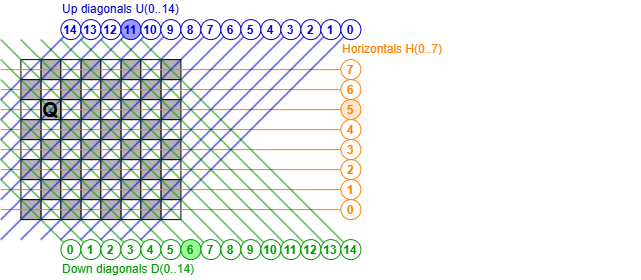
Before: recursion/8queens.drawio.png, a diagram exported from draw.io (maarten-pennings/C64howto). Source tidied: cells renumbered, new cells last; positions are measured from the earlier drawing's top-left corner, leaving out a move shared by most shapes.
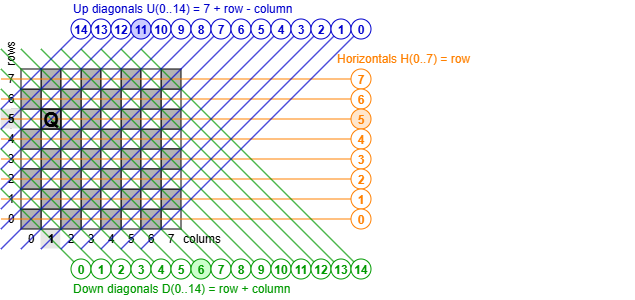
After the commit.

Commit message:
recursion: 8queens coordinates

Change to the diagram source:
```diff
@@ -4,2 +4,59 @@
     <mxCell id="1" parent="0" />
+    <mxCell id="146" value="rows" style="rounded=0;whiteSpace=wrap;html=1;strokeColor=none;align=left;rotation=-90;" parent="1" vertex="1">
+      <mxGeometry x="-20" y="20" width="60" height="20" as="geometry" />
+    </mxCell>
+    <mxCell id="147" value="colums" style="rounded=0;whiteSpace=wrap;html=1;strokeColor=none;align=left;" parent="1" vertex="1">
+      <mxGeometry x="180" y="220" width="60" height="20" as="geometry" />
+    </mxCell>
+    <mxCell id="148" value="0" style="rounded=0;whiteSpace=wrap;html=1;strokeColor=none;" parent="1" vertex="1">
+      <mxGeometry y="200" width="20" height="20" as="geometry" />
+    </mxCell>
+    <mxCell id="149" value="1" style="rounded=0;whiteSpace=wrap;html=1;strokeColor=none;" parent="1" vertex="1">
+      <mxGeometry y="180" width="20" height="20" as="geometry" />
+    </mxCell>
+    <mxCell id="150" value="2" style="rounded=0;whiteSpace=wrap;html=1;strokeColor=none;" parent="1" vertex="1">
+      <mxGeometry y="160" width="20" height="20" as="geometry" />
+    </mxCell>
+    <mxCell id="151" value="3" style="rounded=0;whiteSpace=wrap;html=1;strokeColor=none;" parent="1" vertex="1">
+      <mxGeometry y="140" width="20" height="20" as="geometry" />
+    </mxCell>
+    <mxCell id="152" style="edgeStyle=orthogonalEdgeStyle;rounded=0;jettySize=auto;html=1;" parent="1" edge="1" source="153" target="14">
+      <mxGeometry relative="1" as="geometry" />
+    </mxCell>
+    <mxCell id="153" value="4" style="rounded=0;whiteSpace=wrap;html=1;strokeColor=none;" parent="1" vertex="1">
+      <mxGeometry y="120" width="20" height="20" as="geometry" />
+    </mxCell>
+    <mxCell id="154" style="rounded=0;whiteSpace=wrap;html=1;strokeColor=none;fillColor=#E6E6E6;fontStyle=1;" parent="1" vertex="1">
+      <mxGeometry y="100" width="20" height="20" as="geometry" />
+    </mxCell>
+    <mxCell id="155" value="6" style="rounded=0;whiteSpace=wrap;html=1;strokeColor=none;" parent="1" vertex="1">
+      <mxGeometry y="80" width="20" height="20" as="geometry" />
+    </mxCell>
+    <mxCell id="156" value="7" style="rounded=0;whiteSpace=wrap;html=1;strokeColor=none;" parent="1" vertex="1">
+      <mxGeometry y="60" width="20" height="20" as="geometry" />
+    </mxCell>
+    <mxCell id="157" value="0" style="rounded=0;whiteSpace=wrap;html=1;strokeColor=none;" parent="1" vertex="1">
+      <mxGeometry x="20" y="220" width="20" height="20" as="geometry" />
+    </mxCell>
+    <mxCell id="158" style="rounded=0;whiteSpace=wrap;html=1;strokeColor=none;fillColor=#E6E6E6;fontStyle=1;" parent="1" vertex="1">
+      <mxGeometry x="40" y="220" width="20" height="20" as="geometry" />
+    </mxCell>
+    <mxCell id="159" value="2" style="rounded=0;whiteSpace=wrap;html=1;strokeColor=none;" parent="1" vertex="1">
+      <mxGeometry x="60" y="220" width="20" height="20" as="geometry" />
+    </mxCell>
+    <mxCell id="160" value="3" style="rounded=0;whiteSpace=wrap;html=1;strokeColor=none;" parent="1" vertex="1">
+      <mxGeometry x="80" y="220" width="20" height="20" as="geometry" />
+    </mxCell>
+    <mxCell id="161" value="4" style="rounded=0;whiteSpace=wrap;html=1;strokeColor=none;" parent="1" vertex="1">
+      <mxGeometry x="100" y="220" width="20" height="20" as="geometry" />
+    </mxCell>
+    <mxCell id="162" value="5" style="rounded=0;whiteSpace=wrap;html=1;strokeColor=none;" parent="1" vertex="1">
+      <mxGeometry x="120" y="220" width="20" height="20" as="geometry" />
+    </mxCell>
+    <mxCell id="163" value="6" style="rounded=0;whiteSpace=wrap;html=1;strokeColor=none;" parent="1" vertex="1">
+      <mxGeometry x="140" y="220" width="20" height="20" as="geometry" />
+    </mxCell>
+    <mxCell id="164" value="7" style="rounded=0;whiteSpace=wrap;html=1;strokeColor=none;" parent="1" vertex="1">
+      <mxGeometry x="160" y="220" width="20" height="20" as="geometry" />
+    </mxCell>
     <mxCell id="2" style="rounded=0;whiteSpace=wrap;html=1;" parent="1" vertex="1">
@@ -202,3 +259,3 @@
     <mxCell id="67" value="7" style="ellipse;whiteSpace=wrap;html=1;shapeInside=1;strokeColor=#FF8000;fontColor=#FF8000;fontStyle=1;" parent="1" vertex="1">
-      <mxGeometry x="340" y="60" width="20" height="20" as="geometry" />
+      <mxGeometry x="350" y="60" width="20" height="20" as="geometry" />
     </mxCell>
@@ -210,3 +267,3 @@
     <mxCell id="69" value="6" style="ellipse;whiteSpace=wrap;html=1;shapeInside=1;strokeColor=#FF8000;fontColor=#FF8000;fontStyle=1;" parent="1" vertex="1">
-      <mxGeometry x="340" y="80" width="20" height="20" as="geometry" />
+      <mxGeometry x="350" y="80" width="20" height="20" as="geometry" />
     </mxCell>
@@ -218,3 +275,3 @@
     <mxCell id="71" value="5" style="ellipse;whiteSpace=wrap;html=1;shapeInside=1;strokeColor=#FF8000;fontColor=#FF8000;fontStyle=1;fillColor=#FFE6CC;" parent="1" vertex="1">
-      <mxGeometry x="340" y="100" width="20" height="20" as="geometry" />
+      <mxGeometry x="350" y="100" width="20" height="20" as="geometry" />
     </mxCell>
@@ -226,3 +283,3 @@
     <mxCell id="73" value="4" style="ellipse;whiteSpace=wrap;html=1;shapeInside=1;strokeColor=#FF8000;fontColor=#FF8000;fontStyle=1;" parent="1" vertex="1">
-      <mxGeometry x="340" y="120" width="20" height="20" as="geometry" />
+      <mxGeometry x="350" y="120" width="20" height="20" as="geometry" />
     </mxCell>
@@ -234,3 +291,3 @@
     <mxCell id="75" value="3" style="ellipse;whiteSpace=wrap;html=1;shapeInside=1;strokeColor=#FF8000;fontColor=#FF8000;fontStyle=1;" parent="1" vertex="1">
-      <mxGeometry x="340" y="140" width="20" height="20" as="geometry" />
+      <mxGeometry x="350" y="140" width="20" height="20" as="geometry" />
     </mxCell>
@@ -242,3 +299,3 @@
     <mxCell id="77" value="2" style="ellipse;whiteSpace=wrap;html=1;shapeInside=1;strokeColor=#FF8000;fontColor=#FF8000;fontStyle=1;" parent="1" vertex="1">
-      <mxGeometry x="340" y="160" width="20" height="20" as="geometry" />
+      <mxGeometry x="350" y="160" width="20" height="20" as="geometry" />
     </mxCell>
@@ -250,3 +307,3 @@
     <mxCell id="79" value="1" style="ellipse;whiteSpace=wrap;html=1;shapeInside=1;strokeColor=#FF8000;fontColor=#FF8000;fontStyle=1;" parent="1" vertex="1">
-      <mxGeometry x="340" y="180" width="20" height="20" as="geometry" />
+      <mxGeometry x="350" y="180" width="20" height="20" as="geometry" />
     </mxCell>
@@ -258,3 +315,3 @@
     <mxCell id="81" value="0" style="ellipse;whiteSpace=wrap;html=1;shapeInside=1;strokeColor=#FF8000;fontColor=#FF8000;fontStyle=1;" parent="1" vertex="1">
-      <mxGeometry x="340" y="200" width="20" height="20" as="geometry" />
+      <mxGeometry x="350" y="200" width="20" height="20" as="geometry" />
     </mxCell>
@@ -266,3 +323,3 @@
     <mxCell id="83" value="0" style="ellipse;whiteSpace=wrap;html=1;shapeInside=1;strokeColor=#009900;fontColor=#009900;fontStyle=1;" parent="1" vertex="1">
-      <mxGeometry x="60" y="240" width="20" height="20" as="geometry" />
+      <mxGeometry x="70" y="250" width="20" height="20" as="geometry" />
     </mxCell>
@@ -274,3 +331,3 @@
     <mxCell id="85" value="1" style="ellipse;whiteSpace=wrap;html=1;shapeInside=1;strokeColor=#009900;fontColor=#009900;fontStyle=1;" parent="1" vertex="1">
-      <mxGeometry x="80" y="240" width="20" height="20" as="geometry" />
+      <mxGeometry x="90" y="250" width="20" height="20" as="geometry" />
     </mxCell>
@@ -282,3 +339,3 @@
     <mxCell id="87" value="2" style="ellipse;whiteSpace=wrap;html=1;shapeInside=1;strokeColor=#009900;fontColor=#009900;fontStyle=1;" parent="1" vertex="1">
-      <mxGeometry x="100" y="240" width="20" height="20" as="geometry" />
+      <mxGeometry x="110" y="250" width="20" height="20" as="geometry" />
     </mxCell>
@@ -290,3 +347,3 @@
     <mxCell id="89" value="3" style="ellipse;whiteSpace=wrap;html=1;shapeInside=1;strokeColor=#009900;fontColor=#009900;fontStyle=1;" parent="1" vertex="1">
-      <mxGeometry x="120" y="240" width="20" height="20" as="geometry" />
+      <mxGeometry x="130" y="250" width="20" height="20" as="geometry" />
     </mxCell>
@@ -298,3 +355,3 @@
     <mxCell id="91" value="4" style="ellipse;whiteSpace=wrap;html=1;shapeInside=1;strokeColor=#009900;fontColor=#009900;fontStyle=1;" parent="1" vertex="1">
-      <mxGeometry x="140" y="240" width="20" height="20" as="geometry" />
+      <mxGeometry x="150" y="250" width="20" height="20" as="geometry" />
     </mxCell>
@@ -306,3 +363,3 @@
     <mxCell id="93" value="5" style="ellipse;whiteSpace=wrap;html=1;shapeInside=1;strokeColor=#009900;fontColor=#009900;fontStyle=1;" parent="1" vertex="1">
-      <mxGeometry x="160" y="240" width="20" height="20" as="geometry" />
+      <mxGeometry x="170" y="250" width="20" height="20" as="geometry" />
     </mxCell>
@@ -313,4 +370,4 @@
     </mxCell>
-    <mxCell id="95" value="6" style="ellipse;whiteSpace=wrap;html=1;shapeInside=1;strokeColor=#009900;fontColor=#009900;fontStyle=1;fillColor=#99FF99;" parent="1" vertex="1">
-      <mxGeometry x="180" y="240" width="20" height="20" as="geometry" />
+    <mxCell id="95" value="6" style="ellipse;whiteSpace=wrap;html=1;shapeInside=1;strokeColor=#009900;fontColor=#009900;fontStyle=1;fillColor=#CCFFCC;" parent="1" vertex="1">
+      <mxGeometry x="190" y="250" width="20" height="20" as="geometry" />
     </mxCell>
@@ -322,3 +379,3 @@
     <mxCell id="97" value="7" style="ellipse;whiteSpace=wrap;html=1;shapeInside=1;strokeColor=#009900;fontColor=#009900;fontStyle=1;" parent="1" vertex="1">
-      <mxGeometry x="200" y="240" width="20" height="20" as="geometry" />
+      <mxGeometry x="210" y="250" width="20" height="20" as="geometry" />
     </mxCell>
@@ -330,3 +387,3 @@
     <mxCell id="99" value="8" style="ellipse;whiteSpace=wrap;html=1;shapeInside=1;strokeColor=#009900;fontColor=#009900;fontStyle=1;" parent="1" vertex="1">
-      <mxGeometry x="220" y="240" width="20" height="20" as="geometry" />
+      <mxGeometry x="230" y="250" width="20" height="20" as="geometry" />
     </mxCell>
@@ -338,3 +395,3 @@
     <mxCell id="101" value="9" style="ellipse;whiteSpace=wrap;html=1;shapeInside=1;strokeColor=#009900;fontColor=#009900;fontStyle=1;" parent="1" vertex="1">
-      <mxGeometry x="240" y="240" width="20" height="20" as="geometry" />
+      <mxGeometry x="250" y="250" width="20" height="20" as="geometry" />
     </mxCell>
@@ -346,3 +403,3 @@
     <mxCell id="103" value="10" style="ellipse;whiteSpace=wrap;html=1;shapeInside=1;strokeColor=#009900;fontColor=#009900;fontStyle=1;" parent="1" vertex="1">
-      <mxGeometry x="260" y="240" width="20" height="20" as="geometry" />
+      <mxGeometry x="270" y="250" width="20" height="20" as="geometry" />
     </mxCell>
@@ -354,3 +411,3 @@
     <mxCell id="105" value="11" style="ellipse;whiteSpace=wrap;html=1;shapeInside=1;strokeColor=#009900;fontColor=#009900;fontStyle=1;" parent="1" vertex="1">
-      <mxGeometry x="280" y="240" width="20" height="20" as="geometry" />
+      <mxGeometry x="290" y="250" width="20" height="20" as="geometry" />
     </mxCell>
@@ -362,3 +419,3 @@
     <mxCell id="107" value="12" style="ellipse;whiteSpace=wrap;html=1;shapeInside=1;strokeColor=#009900;fontColor=#009900;fontStyle=1;" parent="1" vertex="1">
-      <mxGeometry x="300" y="240" width="20" height="20" as="geometry" />
+      <mxGeometry x="310" y="250" width="20" height="20" as="geometry" />
     </mxCell>
@@ -370,3 +427,3 @@
     <mxCell id="109" value="13" style="ellipse;whiteSpace=wrap;html=1;shapeInside=1;strokeColor=#009900;fontColor=#009900;fontStyle=1;" parent="1" vertex="1">
-      <mxGeometry x="320" y="240" width="20" height="20" as="geometry" />
+      <mxGeometry x="330" y="250" width="20" height="20" as="geometry" />
     </mxCell>
@@ -378,3 +435,3 @@
     <mxCell id="111" value="14" style="ellipse;whiteSpace=wrap;html=1;shapeInside=1;strokeColor=#009900;fontColor=#009900;fontStyle=1;" parent="1" vertex="1">
-      <mxGeometry x="340" y="240" width="20" height="20" as="geometry" />
+      <mxGeometry x="350" y="250" width="20" height="20" as="geometry" />
     </mxCell>
@@ -386,3 +443,3 @@
     <mxCell id="113" value="14" style="ellipse;whiteSpace=wrap;html=1;shapeInside=1;strokeColor=#0000CC;fontColor=#0000CC;fontStyle=1;" parent="1" vertex="1">
-      <mxGeometry x="60" y="20" width="20" height="20" as="geometry" />
+      <mxGeometry x="70" y="10" width="20" height="20" as="geometry" />
     </mxCell>
@@ -394,3 +451,3 @@
     <mxCell id="115" value="13" style="ellipse;whiteSpace=wrap;html=1;shapeInside=1;strokeColor=#0000CC;fontColor=#0000CC;fontStyle=1;" parent="1" vertex="1">
-      <mxGeometry x="80" y="20" width="20" height="20" as="geometry" />
+      <mxGeometry x="90" y="10" width="20" height="20" as="geometry" />
     </mxCell>
@@ -402,3 +459,3 @@
     <mxCell id="117" value="12" style="ellipse;whiteSpace=wrap;html=1;shapeInside=1;strokeColor=#0000CC;fontColor=#0000CC;fontStyle=1;" parent="1" vertex="1">
-      <mxGeometry x="100" y="20" width="20" height="20" as="geometry" />
+      <mxGeometry x="110" y="10" width="20" height="20" as="geometry" />
     </mxCell>
@@ -409,4 +466,4 @@
     </mxCell>
-    <mxCell id="119" value="11" style="ellipse;whiteSpace=wrap;html=1;shapeInside=1;strokeColor=#0000CC;fontColor=#0000CC;fontStyle=1;fillColor=#9999FF;" parent="1" vertex="1">
-      <mxGeometry x="120" y="20" width="20" height="20" as="geometry" />
+    <mxCell id="119" value="11" style="ellipse;whiteSpace=wrap;html=1;shapeInside=1;strokeColor=#0000CC;fontColor=#0000CC;fontStyle=1;fillColor=#CCCCFF;" parent="1" vertex="1">
+      <mxGeometry x="130" y="10" width="20" height="20" as="geometry" />
     </mxCell>
@@ -418,3 +475,3 @@
     <mxCell id="121" value="10" style="ellipse;whiteSpace=wrap;html=1;shapeInside=1;strokeColor=#0000CC;fontColor=#0000CC;fontStyle=1;" parent="1" vertex="1">
-      <mxGeometry x="140" y="20" width="20" height="20" as="geometry" />
+      <mxGeometry x="150" y="10" width="20" height="20" as="geometry" />
     </mxCell>
@@ -426,3 +483,3 @@
     <mxCell id="123" value="9" style="ellipse;whiteSpace=wrap;html=1;shapeInside=1;strokeColor=#0000CC;fontColor=#0000CC;fontStyle=1;" parent="1" vertex="1">
-      <mxGeometry x="160" y="20" width="20" height="20" as="geometry" />
+      <mxGeometry x="170" y="10" width="20" height="20" as="geometry" />
     </mxCell>
@@ -434,3 +491,3 @@
     <mxCell id="125" value="8" style="ellipse;whiteSpace=wrap;html=1;shapeInside=1;strokeColor=#0000CC;fontColor=#0000CC;fontStyle=1;" parent="1" vertex="1">
-      <mxGeometry x="180" y="20" width="20" height="20" as="geometry" />
+      <mxGeometry x="190" y="10" width="20" height="20" as="geometry" />
     </mxCell>
@@ -442,3 +499,3 @@
     <mxCell id="127" value="7" style="ellipse;whiteSpace=wrap;html=1;shapeInside=1;strokeColor=#0000CC;fontColor=#0000CC;fontStyle=1;" parent="1" vertex="1">
-      <mxGeometry x="200" y="20" width="20" height="20" as="geometry" />
+      <mxGeometry x="210" y="10" width="20" height="20" as="geometry" />
     </mxCell>
@@ -450,3 +507,3 @@
     <mxCell id="129" value="6" style="ellipse;whiteSpace=wrap;html=1;shapeInside=1;strokeColor=#0000CC;fontColor=#0000CC;fontStyle=1;" parent="1" vertex="1">
-      <mxGeometry x="220" y="20" width="20" height="20" as="geometry" />
+      <mxGeometry x="230" y="10" width="20" height="20" as="geometry" />
     </mxCell>
@@ -458,3 +515,3 @@
     <mxCell id="131" value="5" style="ellipse;whiteSpace=wrap;html=1;shapeInside=1;strokeColor=#0000CC;fontColor=#0000CC;fontStyle=1;" parent="1" vertex="1">
-      <mxGeometry x="240" y="20" width="20" height="20" as="geometry" />
+      <mxGeometry x="250" y="10" width="20" height="20" as="geometry" />
     </mxCell>
@@ -466,3 +523,3 @@
     <mxCell id="133" value="4" style="ellipse;whiteSpace=wrap;html=1;shapeInside=1;strokeColor=#0000CC;fontColor=#0000CC;fontStyle=1;" parent="1" vertex="1">
-      <mxGeometry x="260" y="20" width="20" height="20" as="geometry" />
+      <mxGeometry x="270" y="10" width="20" height="20" as="geometry" />
     </mxCell>
@@ -474,3 +531,3 @@
     <mxCell id="135" value="3" style="ellipse;whiteSpace=wrap;html=1;shapeInside=1;strokeColor=#0000CC;fontColor=#0000CC;fontStyle=1;" parent="1" vertex="1">
-      <mxGeometry x="280" y="20" width="20" height="20" as="geometry" />
+      <mxGeometry x="290" y="10" width="20" height="20" as="geometry" />
     </mxCell>
@@ -482,3 +539,3 @@
     <mxCell id="137" value="2" style="ellipse;whiteSpace=wrap;html=1;shapeInside=1;strokeColor=#0000CC;fontColor=#0000CC;fontStyle=1;" parent="1" vertex="1">
-      <mxGeometry x="300" y="20" width="20" height="20" as="geometry" />
+      <mxGeometry x="310" y="10" width="20" height="20" as="geometry" />
     </mxCell>
@@ -490,3 +547,3 @@
     <mxCell id="139" value="1" style="ellipse;whiteSpace=wrap;html=1;shapeInside=1;strokeColor=#0000CC;fontColor=#0000CC;fontStyle=1;" parent="1" vertex="1">
-      <mxGeometry x="320" y="20" width="20" height="20" as="geometry" />
+      <mxGeometry x="330" y="10" width="20" height="20" as="geometry" />
     </mxCell>
@@ -498,3 +555,3 @@
     <mxCell id="141" value="0" style="ellipse;whiteSpace=wrap;html=1;shapeInside=1;strokeColor=#0000CC;fontColor=#0000CC;fontStyle=1;" parent="1" vertex="1">
-      <mxGeometry x="340" y="20" width="20" height="20" as="geometry" />
+      <mxGeometry x="350" y="10" width="20" height="20" as="geometry" />
     </mxCell>
@@ -503,11 +560,17 @@
     </mxCell>
-    <mxCell id="143" value="Up diagonals U(0..14)" style="text;html=1;whiteSpace=wrap;strokeColor=none;fillColor=none;align=left;verticalAlign=middle;rounded=0;fontColor=#0000CC;" parent="1" vertex="1">
-      <mxGeometry x="60" width="300" height="20" as="geometry" />
+    <mxCell id="143" value="Up diagonals U(0..14) = 7 + row - column" style="text;html=1;whiteSpace=wrap;strokeColor=none;fillColor=none;align=left;verticalAlign=middle;rounded=0;fontColor=#0000CC;" parent="1" vertex="1">
+      <mxGeometry x="70" y="-10" width="300" height="20" as="geometry" />
     </mxCell>
-    <mxCell id="144" value="Down diagonals D(0..14)" style="text;html=1;whiteSpace=wrap;strokeColor=none;fillColor=none;align=left;verticalAlign=middle;rounded=0;fontColor=#009900;" parent="1" vertex="1">
-      <mxGeometry x="60" y="260" width="300" height="20" as="geometry" />
+    <mxCell id="144" value="Down diagonals D(0..14) = row + column" style="text;html=1;whiteSpace=wrap;strokeColor=none;fillColor=none;align=left;verticalAlign=middle;rounded=0;fontColor=#009900;" parent="1" vertex="1">
+      <mxGeometry x="70" y="270" width="300" height="20" as="geometry" />
     </mxCell>
-    <mxCell id="145" value="Horizontals H(0..7)" style="text;html=1;whiteSpace=wrap;strokeColor=none;fillColor=none;align=left;verticalAlign=middle;rounded=0;fontColor=#FF8000;" parent="1" vertex="1">
-      <mxGeometry x="340" y="40" width="300" height="20" as="geometry" />
+    <mxCell id="145" value="Horizontals H(0..7) = row" style="text;html=1;whiteSpace=wrap;strokeColor=none;fillColor=none;align=left;verticalAlign=middle;rounded=0;fontColor=#FF8000;" parent="1" vertex="1">
+      <mxGeometry x="334" y="40" width="300" height="20" as="geometry" />
     </mxCell>
+    <mxCell id="165" value="1" style="rounded=0;whiteSpace=wrap;html=1;strokeColor=none;fillColor=none;fontStyle=1;" parent="1" vertex="1">
+      <mxGeometry x="40" y="220" width="20" height="20" as="geometry" />
+    </mxCell>
+    <mxCell id="166" value="5" style="rounded=0;whiteSpace=wrap;html=1;strokeColor=none;fillColor=none;fontStyle=1;" parent="1" vertex="1">
+      <mxGeometry y="100" width="20" height="20" as="geometry" />
+    </mxCell>
   </root>
```
